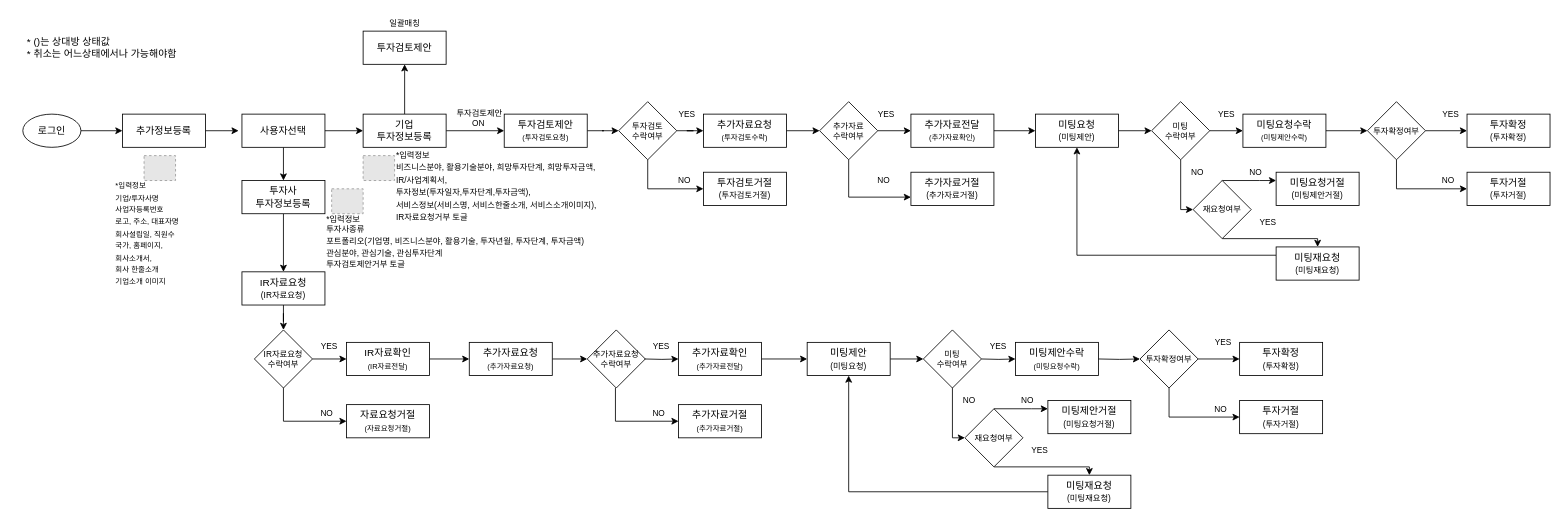
Earlier version of the draw.io diagram 비즈니스나우(투자)_RESET 2차.drawio (Lucidhomme/TIL). Source tidied: cells renumbered, new cells numbered last; positions are measured from the earlier drawing's top-left corner, leaving out a move shared by most shapes. Both pictures are drawn from the tidied source at 83%, with x=0, y=0 at pixel (14, 14). Pictures stored in the file or linked from it are replaced by grey dashed boxes.
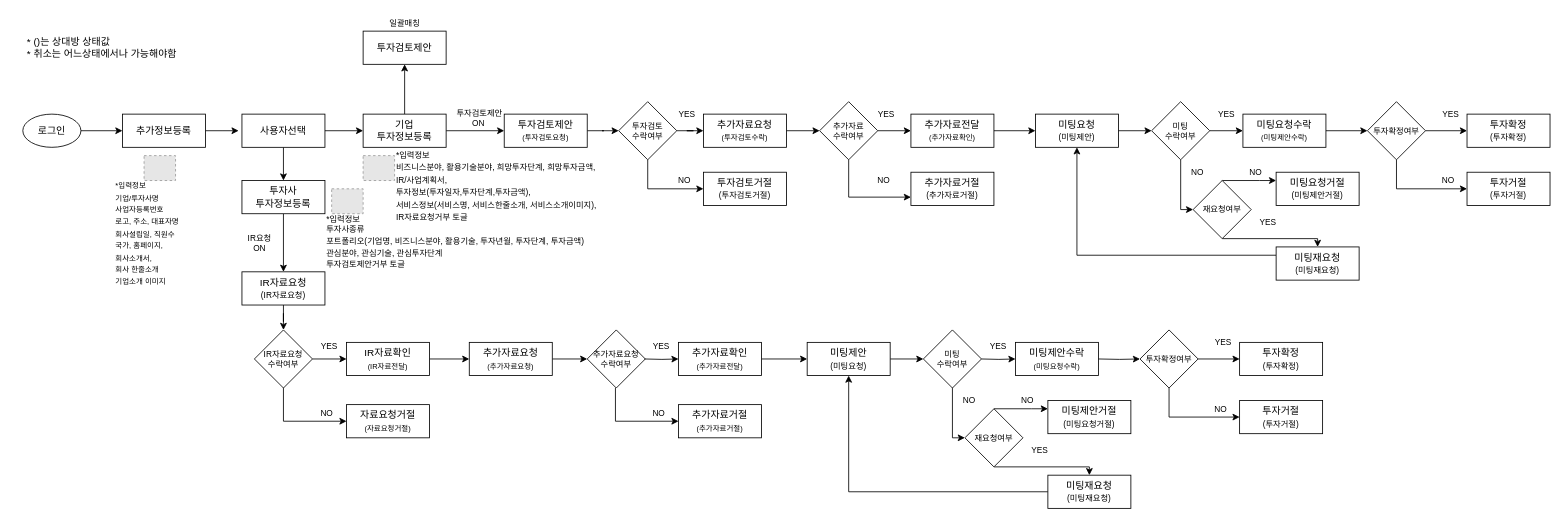
After the change.

Commit message (it also covers changes not shown here):
Update 비즈니스나우(투자)_RESET 2차.drawio

What changed in the source:
```diff
@@
+    <mxCell id="110" value="IR요청&lt;br&gt;ON" style="text;html=1;align=center;verticalAlign=middle;fillColor=none;strokeColor=none;rounded=0;fontSize=10;" parent="1" vertex="1">
+      <mxGeometry x="270" y="260" width="50" height="30" as="geometry" />
+    </mxCell>
```
